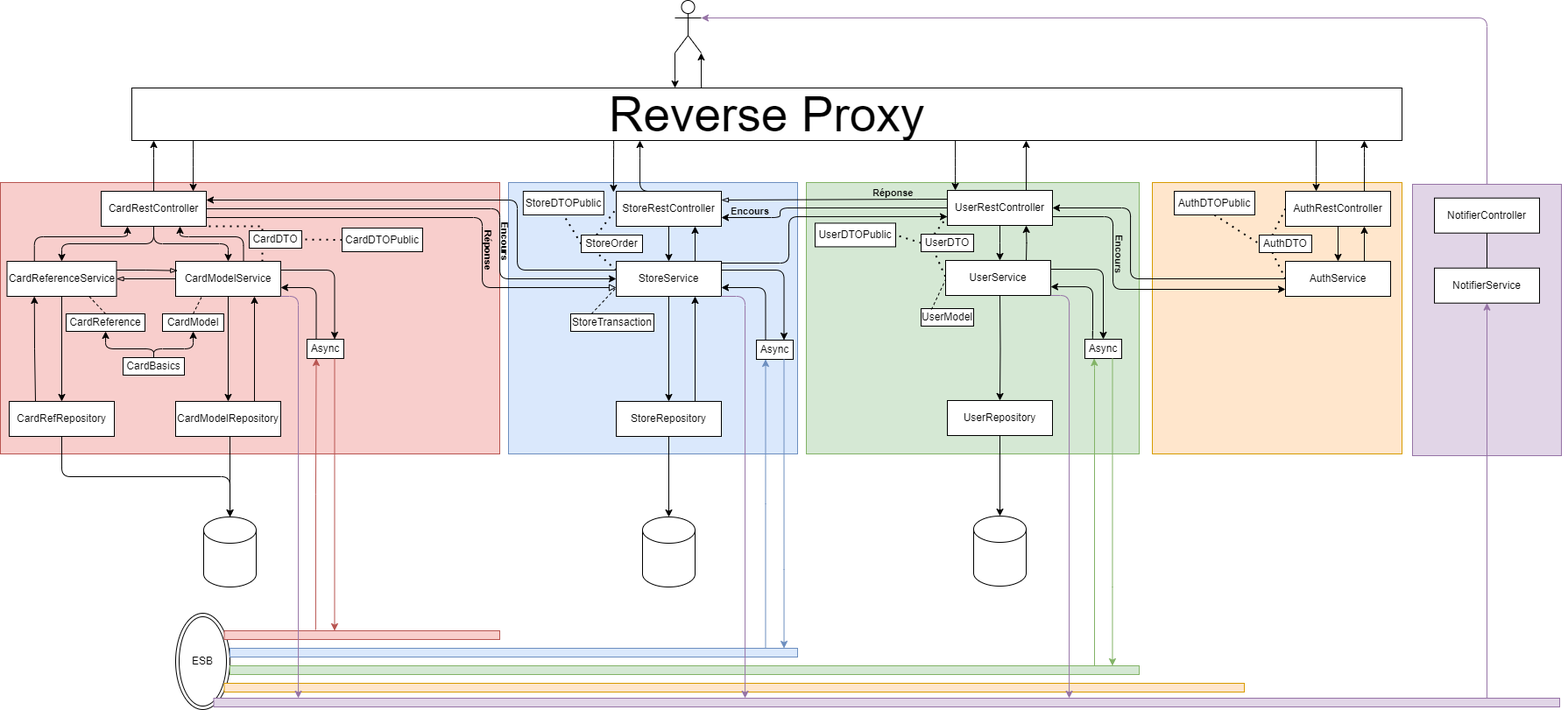
Earlier version of the draw.io export Archi/Archi.drawio.png (EnzoLouni/ASI-II-Groupe1). Source tidied: cells renumbered, new cells last; positions are measured from the earlier drawing's top-left corner, leaving out a move shared by most shapes.
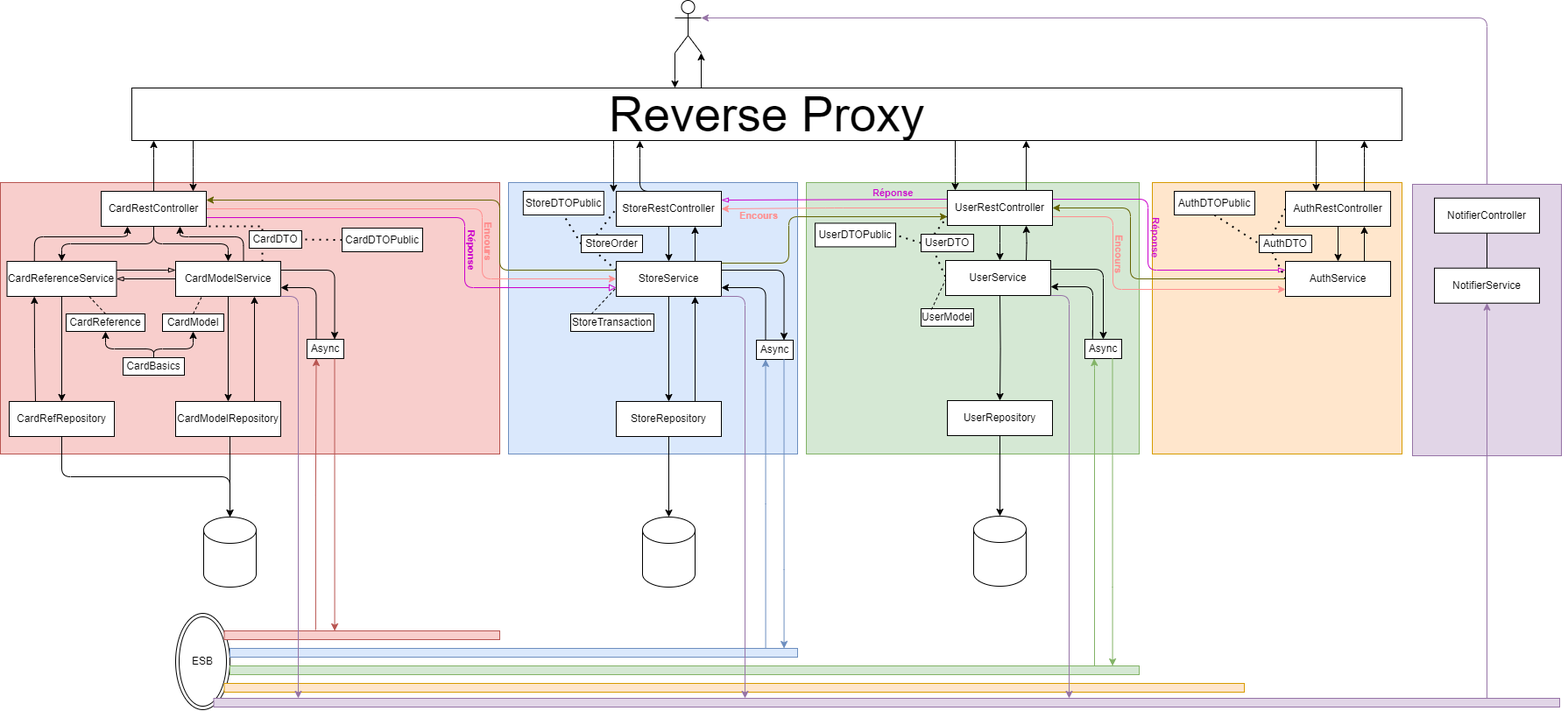
The same file after the commit.

Commit message:
Mettre à jour Archi.drawio.png

Change to the diagram source:
```diff
@@ -76,19 +76,19 @@
         </Array>
       </mxGeometry>
     </mxCell>
-    <mxCell id="16" style="edgeStyle=orthogonalEdgeStyle;rounded=1;jettySize=auto;html=1;exitX=1;exitY=0.5;exitDx=0;exitDy=0;entryX=0;entryY=0.5;entryDx=0;entryDy=0;" parent="1" edge="1" source="18" target="54">
+    <mxCell id="16" style="edgeStyle=orthogonalEdgeStyle;rounded=1;jettySize=auto;html=1;exitX=1;exitY=0.5;exitDx=0;exitDy=0;entryX=0;entryY=0.5;entryDx=0;entryDy=0;fontColor=#FF8F8F;strokeColor=#FF8F8F;" parent="1" edge="1" source="18" target="54">
       <mxGeometry relative="1" as="geometry">
         <Array as="points">
-          <mxPoint x="570" y="238" />
-          <mxPoint x="570" y="318" />
+          <mxPoint x="550" y="238" />
+          <mxPoint x="550" y="318" />
         </Array>
       </mxGeometry>
     </mxCell>
-    <mxCell id="17" style="edgeStyle=orthogonalEdgeStyle;rounded=1;jettySize=auto;html=1;exitX=1;exitY=0.75;exitDx=0;exitDy=0;entryX=0;entryY=0.75;entryDx=0;entryDy=0;endArrow=block;endFill=0;" parent="1" edge="1" source="18" target="54">
+    <mxCell id="17" style="edgeStyle=orthogonalEdgeStyle;rounded=1;jettySize=auto;html=1;exitX=1;exitY=0.75;exitDx=0;exitDy=0;entryX=0;entryY=0.75;entryDx=0;entryDy=0;endArrow=block;endFill=0;fillColor=#d80073;strokeColor=#CC00CC;" parent="1" edge="1" source="18" target="54">
       <mxGeometry relative="1" as="geometry">
         <Array as="points">
-          <mxPoint x="550" y="248" />
-          <mxPoint x="550" y="328" />
+          <mxPoint x="530" y="248" />
+          <mxPoint x="530" y="328" />
         </Array>
       </mxGeometry>
     </mxCell>
@@ -114,7 +114,7 @@
         <mxPoint x="1141" y="297" as="targetPoint" />
       </mxGeometry>
     </mxCell>
-    <mxCell id="23" style="edgeStyle=orthogonalEdgeStyle;rounded=1;jettySize=auto;html=1;exitX=1;exitY=0.75;exitDx=0;exitDy=0;" parent="1" edge="1" source="27" target="86">
+    <mxCell id="23" style="edgeStyle=orthogonalEdgeStyle;rounded=1;jettySize=auto;html=1;exitX=1;exitY=0.75;exitDx=0;exitDy=0;strokeColor=#FF8F8F;" parent="1" edge="1" source="27" target="86">
       <mxGeometry relative="1" as="geometry">
         <Array as="points">
           <mxPoint x="1270" y="247" />
@@ -130,21 +130,24 @@
         </Array>
       </mxGeometry>
     </mxCell>
-    <mxCell id="25" style="edgeStyle=orthogonalEdgeStyle;rounded=0;jettySize=auto;html=1;exitX=0;exitY=0.25;exitDx=0;exitDy=0;entryX=1;entryY=0.25;entryDx=0;entryDy=0;endArrow=blockThin;endFill=0;" parent="1" edge="1" source="27" target="21">
+    <mxCell id="25" style="edgeStyle=orthogonalEdgeStyle;rounded=0;jettySize=auto;html=1;exitX=0;exitY=0.25;exitDx=0;exitDy=0;entryX=1;entryY=0.25;entryDx=0;entryDy=0;endArrow=blockThin;endFill=0;fillColor=#d80073;strokeColor=#CC00CC;" parent="1" edge="1" source="27" target="21">
       <mxGeometry relative="1" as="geometry">
         <Array as="points">
-          <mxPoint x="1046" y="228" />
+          <mxPoint x="1081" y="228" />
         </Array>
       </mxGeometry>
     </mxCell>
-    <mxCell id="26" style="edgeStyle=orthogonalEdgeStyle;rounded=1;jettySize=auto;html=1;exitX=0;exitY=0.5;exitDx=0;exitDy=0;entryX=1;entryY=0.75;entryDx=0;entryDy=0;" parent="1" edge="1" source="27" target="21">
-      <mxGeometry relative="1" as="geometry">
-        <Array as="points">
-          <mxPoint x="890" y="237" />
-          <mxPoint x="890" y="248" />
-        </Array>
-      </mxGeometry>
+    <mxCell id="26" style="edgeStyle=orthogonalEdgeStyle;rounded=1;jettySize=auto;html=1;exitX=0;exitY=0.5;exitDx=0;exitDy=0;strokeColor=#FF8F8F;" parent="1" edge="1" source="27" target="21">
+      <mxGeometry relative="1" as="geometry" />
     </mxCell>
+    <mxCell id="131" style="edgeStyle=orthogonalEdgeStyle;rounded=1;jettySize=auto;html=1;exitX=1;exitY=0.25;exitDx=0;exitDy=0;entryX=0;entryY=0.25;entryDx=0;entryDy=0;endArrow=blockThin;endFill=0;fillColor=#d80073;strokeColor=#CC00CC;" parent="1" edge="1" source="27" target="86">
+      <mxGeometry relative="1" as="geometry">
+        <Array as="points">
+          <mxPoint x="1310" y="227" />
+          <mxPoint x="1310" y="308" />
+        </Array>
+      </mxGeometry>
+    </mxCell>
     <mxCell id="27" value="UserRestController" style="rounded=0;whiteSpace=wrap;html=1;" parent="1" vertex="1">
       <mxGeometry x="1081" y="217" width="120" height="40" as="geometry" />
     </mxCell>
@@ -237,7 +240,7 @@
     <mxCell id="50" style="edgeStyle=orthogonalEdgeStyle;rounded=0;jettySize=auto;html=1;exitX=0.75;exitY=0;exitDx=0;exitDy=0;entryX=0.75;entryY=1;entryDx=0;entryDy=0;" parent="1" edge="1" source="54" target="21">
       <mxGeometry relative="1" as="geometry" />
     </mxCell>
-    <mxCell id="51" style="edgeStyle=orthogonalEdgeStyle;rounded=1;jettySize=auto;html=1;exitX=0.983;exitY=0.1;exitDx=0;exitDy=0;exitPerimeter=0;entryX=0;entryY=0.75;entryDx=0;entryDy=0;" parent="1" edge="1" source="54" target="27">
+    <mxCell id="51" style="edgeStyle=orthogonalEdgeStyle;rounded=1;jettySize=auto;html=1;exitX=0.983;exitY=0.1;exitDx=0;exitDy=0;exitPerimeter=0;entryX=0;entryY=0.75;entryDx=0;entryDy=0;strokeColor=#636300;" parent="1" edge="1" source="54" target="27">
       <mxGeometry relative="1" as="geometry">
         <Array as="points">
           <mxPoint x="760" y="302" />
@@ -250,11 +253,11 @@
     <mxCell id="52" style="edgeStyle=orthogonalEdgeStyle;rounded=1;jettySize=auto;html=1;exitX=1;exitY=0.25;exitDx=0;exitDy=0;entryX=0.75;entryY=0;entryDx=0;entryDy=0;" parent="1" edge="1" source="54" target="107">
       <mxGeometry relative="1" as="geometry" />
     </mxCell>
-    <mxCell id="53" style="edgeStyle=orthogonalEdgeStyle;rounded=1;jettySize=auto;html=1;exitX=0;exitY=0.25;exitDx=0;exitDy=0;entryX=1;entryY=0.25;entryDx=0;entryDy=0;" parent="1" edge="1" source="54" target="18">
+    <mxCell id="53" style="edgeStyle=orthogonalEdgeStyle;rounded=1;jettySize=auto;html=1;exitX=0;exitY=0.25;exitDx=0;exitDy=0;entryX=1;entryY=0.25;entryDx=0;entryDy=0;strokeColor=#636300;" parent="1" edge="1" source="54" target="18">
       <mxGeometry relative="1" as="geometry">
         <Array as="points">
-          <mxPoint x="590" y="308" />
-          <mxPoint x="590" y="228" />
+          <mxPoint x="570" y="308" />
+          <mxPoint x="570" y="228" />
         </Array>
       </mxGeometry>
     </mxCell>
@@ -372,7 +375,7 @@
     <mxCell id="83" value="AuthRestController" style="rounded=0;whiteSpace=wrap;html=1;" parent="1" vertex="1">
       <mxGeometry x="1467" y="218" width="120" height="40" as="geometry" />
     </mxCell>
-    <mxCell id="84" style="edgeStyle=orthogonalEdgeStyle;rounded=1;jettySize=auto;html=1;entryX=1;entryY=0.5;entryDx=0;entryDy=0;" parent="1" edge="1" source="86" target="27">
+    <mxCell id="84" style="edgeStyle=orthogonalEdgeStyle;rounded=1;jettySize=auto;html=1;entryX=1;entryY=0.5;entryDx=0;entryDy=0;strokeColor=#636300;" parent="1" edge="1" source="86" target="27">
       <mxGeometry relative="1" as="geometry">
         <Array as="points">
           <mxPoint x="1290" y="318" />
@@ -451,10 +454,15 @@
         </Array>
       </mxGeometry>
     </mxCell>
-    <mxCell id="102" style="edgeStyle=orthogonalEdgeStyle;rounded=0;jettySize=auto;html=1;exitX=1;exitY=0.25;exitDx=0;exitDy=0;entryX=0.019;entryY=0.267;entryDx=0;entryDy=0;entryPerimeter=0;endArrow=blockThin;endFill=0;" parent="1" edge="1" source="39" target="36">
-      <mxGeometry relative="1" as="geometry" />
+    <mxCell id="102" style="edgeStyle=orthogonalEdgeStyle;rounded=0;jettySize=auto;html=1;exitX=1;exitY=0.25;exitDx=0;exitDy=0;endArrow=blockThin;endFill=0;" parent="1" edge="1" source="39" target="36">
+      <mxGeometry relative="1" as="geometry">
+        <Array as="points">
+          <mxPoint x="190" y="308" />
+          <mxPoint x="190" y="308" />
+        </Array>
+      </mxGeometry>
     </mxCell>
-    <mxCell id="103" value="&lt;font style=&quot;font-size: 11px;&quot;&gt;Encours&lt;/font&gt;" style="text;strokeColor=none;fillColor=none;html=1;fontSize=24;fontStyle=1;verticalAlign=bottom;align=left;rotation=91;" parent="1" vertex="1">
+    <mxCell id="103" value="&lt;font style=&quot;font-size: 11px;&quot;&gt;Encours&lt;/font&gt;" style="text;strokeColor=none;fillColor=none;html=1;fontSize=24;fontStyle=1;verticalAlign=bottom;align=left;rotation=91;fontColor=#FF8F8F;" parent="1" vertex="1">
       <mxGeometry x="1247.2" y="283" width="50.8" height="17.4" as="geometry" />
     </mxCell>
     <mxCell id="104" style="edgeStyle=orthogonalEdgeStyle;rounded=1;jettySize=auto;html=1;exitX=0.25;exitY=0;exitDx=0;exitDy=0;entryX=1;entryY=0.75;entryDx=0;entryDy=0;" parent="1" edge="1" source="105" target="36">
@@ -480,11 +488,11 @@
     <mxCell id="109" style="rounded=0;whiteSpace=wrap;html=1;fillColor=#d5e8d4;strokeColor=#82b366;" parent="1" vertex="1">
       <mxGeometry x="262" y="760" width="1038" height="10" as="geometry" />
     </mxCell>
-    <mxCell id="110" value="&lt;font style=&quot;font-size: 11px;&quot;&gt;Encours&lt;/font&gt;" style="text;strokeColor=none;fillColor=none;html=1;fontSize=24;fontStyle=1;verticalAlign=bottom;align=left;rotation=90;" parent="1" vertex="1">
-      <mxGeometry x="546" y="268" width="50.8" height="17.4" as="geometry" />
+    <mxCell id="110" value="&lt;font style=&quot;font-size: 11px;&quot;&gt;Encours&lt;/font&gt;" style="text;strokeColor=none;fillColor=none;html=1;fontSize=24;fontStyle=1;verticalAlign=bottom;align=left;rotation=90;fontColor=#FF8F8F;" parent="1" vertex="1">
+      <mxGeometry x="527" y="268" width="50.8" height="17.4" as="geometry" />
     </mxCell>
-    <mxCell id="111" value="&lt;span style=&quot;font-size: 11px;&quot;&gt;Réponse&lt;/span&gt;" style="text;strokeColor=none;fillColor=none;html=1;fontSize=24;fontStyle=1;verticalAlign=bottom;align=left;rotation=90;" parent="1" vertex="1">
-      <mxGeometry x="527" y="277" width="50.8" height="17.4" as="geometry" />
+    <mxCell id="111" value="&lt;span style=&quot;font-size: 11px;&quot;&gt;&lt;font color=&quot;#cc00cc&quot;&gt;Réponse&lt;/font&gt;&lt;/span&gt;" style="text;strokeColor=none;fillColor=none;html=1;fontSize=24;fontStyle=1;verticalAlign=bottom;align=left;rotation=90;" parent="1" vertex="1">
+      <mxGeometry x="508" y="277" width="50.8" height="17.4" as="geometry" />
     </mxCell>
     <mxCell id="112" style="edgeStyle=orthogonalEdgeStyle;rounded=0;jettySize=auto;html=1;exitX=0.75;exitY=1;exitDx=0;exitDy=0;fillColor=#dae8fc;strokeColor=#6c8ebf;" parent="1" edge="1" source="107" target="96">
       <mxGeometry relative="1" as="geometry">
@@ -494,10 +502,10 @@
         </Array>
       </mxGeometry>
     </mxCell>
-    <mxCell id="113" value="&lt;font style=&quot;font-size: 11px;&quot;&gt;Encours&lt;/font&gt;" style="text;strokeColor=none;fillColor=none;html=1;fontSize=24;fontStyle=1;verticalAlign=bottom;align=left;rotation=0;" parent="1" vertex="1">
-      <mxGeometry x="832" y="237" width="50.8" height="17.4" as="geometry" />
+    <mxCell id="113" value="&lt;font style=&quot;font-size: 11px;&quot;&gt;Encours&lt;/font&gt;" style="text;strokeColor=none;fillColor=none;html=1;fontSize=24;fontStyle=1;verticalAlign=bottom;align=left;rotation=0;fontColor=#FF8F8F;" parent="1" vertex="1">
+      <mxGeometry x="842" y="242" width="50.8" height="17.4" as="geometry" />
     </mxCell>
-    <mxCell id="114" value="&lt;font style=&quot;font-size: 11px;&quot;&gt;Réponse&lt;/font&gt;" style="text;strokeColor=none;fillColor=none;html=1;fontSize=24;fontStyle=1;verticalAlign=bottom;align=left;rotation=0;" parent="1" vertex="1">
+    <mxCell id="114" value="&lt;font style=&quot;font-size: 11px;&quot;&gt;Réponse&lt;/font&gt;" style="text;html=1;fontSize=24;fontStyle=1;verticalAlign=bottom;align=left;rotation=0;fontColor=#CC00CC;" parent="1" vertex="1">
       <mxGeometry x="994" y="216" width="50.8" height="17.4" as="geometry" />
     </mxCell>
     <mxCell id="115" value="&lt;font style=&quot;font-size: 55px;&quot;&gt;Reverse Proxy&lt;/font&gt;" style="rounded=0;whiteSpace=wrap;html=1;" parent="1" vertex="1">
@@ -568,5 +576,8 @@
     <mxCell id="130" style="endArrow=none;dashed=1;html=1;dashPattern=1 3;strokeWidth=2;rounded=0;exitX=0.5;exitY=1;exitDx=0;exitDy=0;entryX=0;entryY=0.5;entryDx=0;entryDy=0;" parent="1" edge="1" source="129" target="44">
       <mxGeometry relative="1" as="geometry" />
     </mxCell>
+    <mxCell id="132" value="&lt;font style=&quot;font-size: 11px;&quot;&gt;Réponse&lt;/font&gt;" style="text;html=1;fontSize=24;fontStyle=1;verticalAlign=bottom;align=left;rotation=91;fontColor=#CC00CC;" parent="1" vertex="1">
+      <mxGeometry x="1289.2" y="263" width="50.8" height="17.4" as="geometry" />
+    </mxCell>
   </root>
 </mxGraphModel>
```
